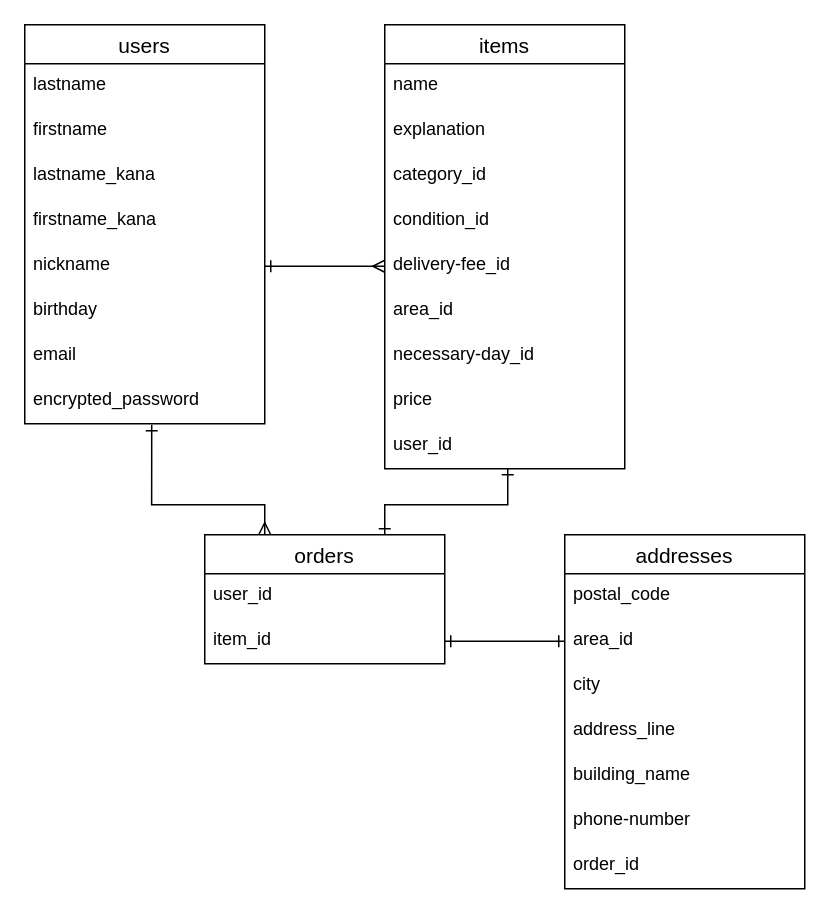
Above: ER.dio in masaki511/furima-31545 (draw.io), before the change. Source tidied: cells renumbered, new cells numbered last; positions are measured from the earlier drawing's top-left corner, leaving out a move shared by most shapes. Both pictures are drawn from the tidied source at 150%, with x=0, y=0 at pixel (24, 24).
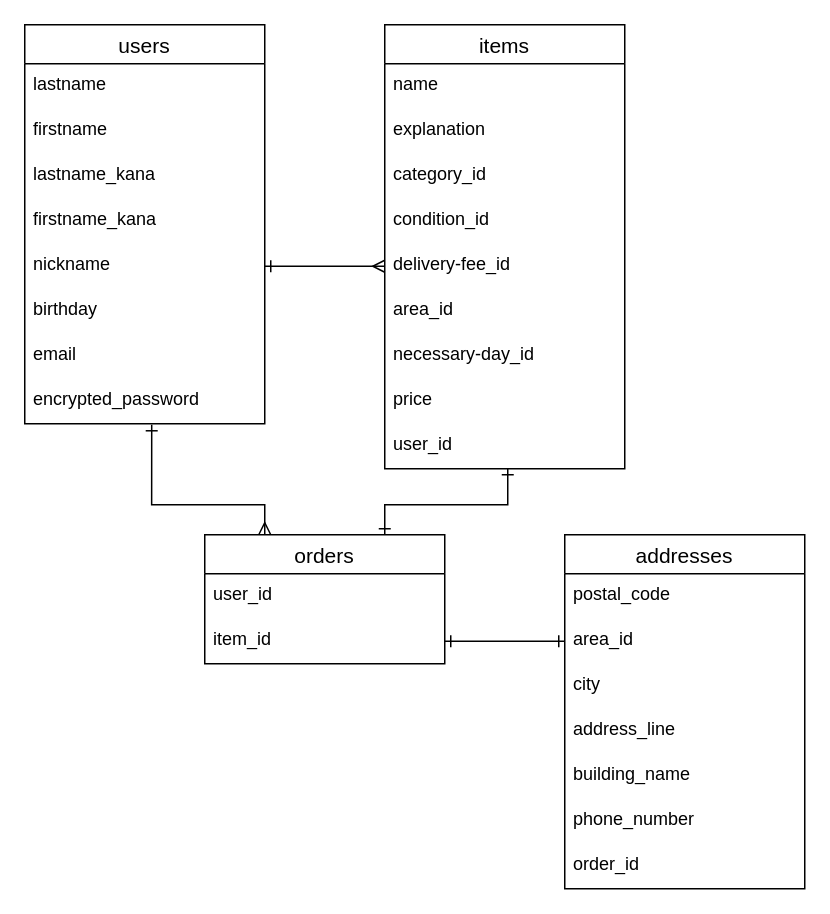
Above is the later version.

Commit message (it also covers changes not shown here):
データベース設計の修正_電話番号のカラム名

Unchanged cells that the change refers to:
```xml
<mxCell id="26" value="addresses" style="swimlane;fontStyle=0;horizontal=1;startSize=26;align=center;fontSize=14;" parent="1" vertex="1">
  <mxGeometry x="360" y="340" width="160" height="236" as="geometry" />
</mxCell>
```

The edit, as a diff of the source:
```diff
@@
-    <mxCell id="32" value="phone-number" style="text;strokeColor=none;fillColor=none;spacingLeft=4;spacingRight=4;overflow=hidden;fontSize=12;" parent="26" vertex="1">
+    <mxCell id="32" value="phone_number" style="text;strokeColor=none;fillColor=none;spacingLeft=4;spacingRight=4;overflow=hidden;fontSize=12;" parent="26" vertex="1">
       <mxGeometry y="176" width="160" height="30" as="geometry" />
     </mxCell>
```
